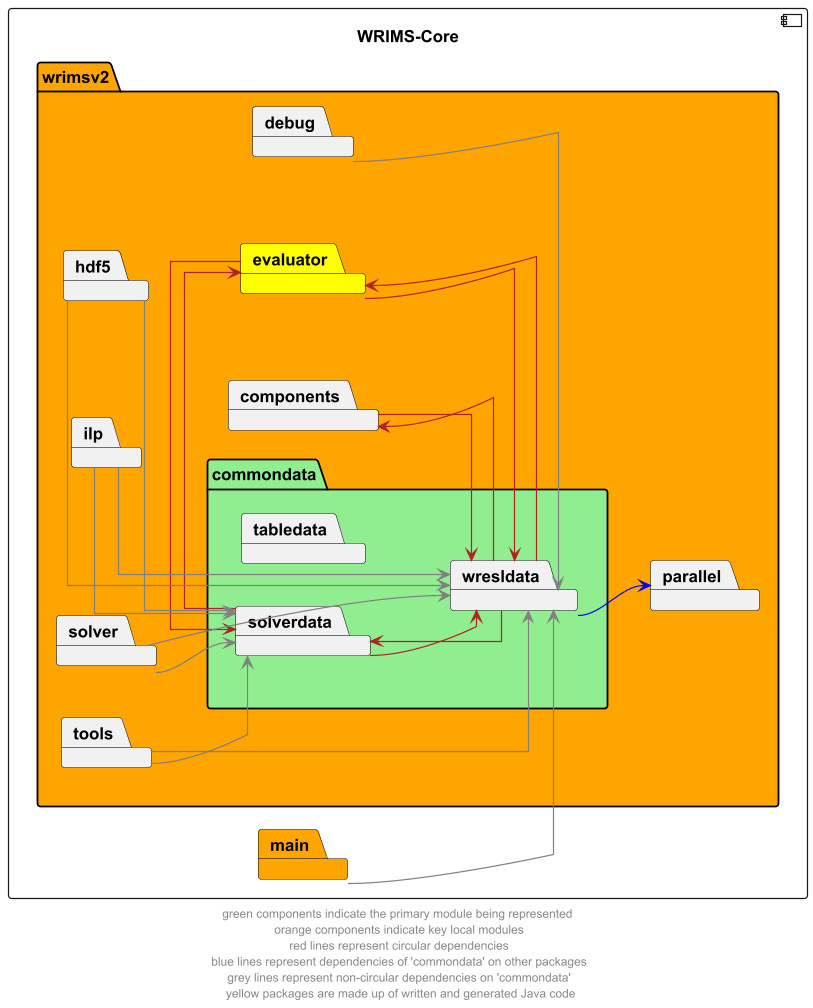
The PlantUML diagram docs/diagrams/wrims-core/wrims-core_commondata.png in CentralValleyModeling/wrims, before a commit. The source it was exported from:
```plantuml
@startuml
left to right direction
skinparam linetype ortho

component wrims_core as "WRIMS-Core" {
    package wrimsv2 #orange {

            package commondata #lightgreen {
                package tabledata
                package solverdata
                package wresldata
            }

        package debug
        package evaluator #yellow
        package parallel
        package components
        package hdf5
        package ilp
        package solver
        package tools

    }
package main #orange
}

wresldata --> parallel #blue
debug --> wresldata #grey
wresldata --> solverdata #firebrick
solverdata --> wresldata #firebrick
evaluator --> solverdata #firebrick
solverdata -r-> evaluator #firebrick
wresldata --> evaluator #firebrick
evaluator --> wresldata #firebrick
wresldata --> components #firebrick
components --> wresldata #firebrick
hdf5 -d-> solverdata #grey
hdf5 -d-> wresldata #grey
ilp --> solverdata #grey
ilp -r-> wresldata #grey
solver --> wresldata #grey
solver --> solverdata #grey
tools --> wresldata #grey
tools --> solverdata #grey
main --> wresldata #grey

components -l[hidden] commondata
evaluator -d[hidden]-> tabledata
evaluator -l[hidden]-> commondata

footer "green components indicate the primary module being represented \n orange components indicate key local modules \n red lines represent circular dependencies \n blue lines represent dependencies of 'commondata' on other packages \n grey lines represent non-circular dependencies on 'commondata' \n yellow packages are made up of written and generated Java code"
@enduml
```
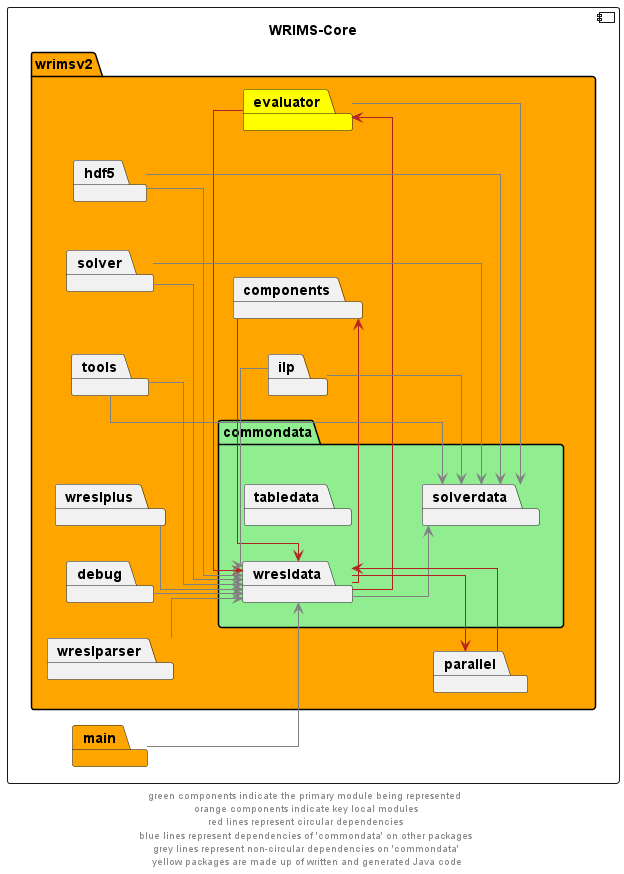
Later version of the same file.

Diff of the diagram source:
```diff
@@ -19,21 +19,22 @@
         package ilp
         package solver
         package tools
+        package wreslparser
+        package wreslplus
 
     }
 package main #orange
 }
+wresldata --> solverdata #grey
+evaluator --> solverdata #grey
 
-wresldata --> parallel #blue
-debug --> wresldata #grey
-wresldata --> solverdata #firebrick
-solverdata --> wresldata #firebrick
-evaluator --> solverdata #firebrick
-solverdata -r-> evaluator #firebrick
+wresldata --> parallel #firebrick
+parallel --> wresldata  #firebrick
 wresldata --> evaluator #firebrick
 evaluator --> wresldata #firebrick
 wresldata --> components #firebrick
 components --> wresldata #firebrick
+
 hdf5 -d-> solverdata #grey
 hdf5 -d-> wresldata #grey
 ilp --> solverdata #grey
@@ -42,6 +43,9 @@
 solver --> solverdata #grey
 tools --> wresldata #grey
 tools --> solverdata #grey
+debug --> wresldata #grey
+wreslparser --> wresldata #grey
+wreslplus --> wresldata #grey
 main --> wresldata #grey
 
 components -l[hidden] commondata
```
